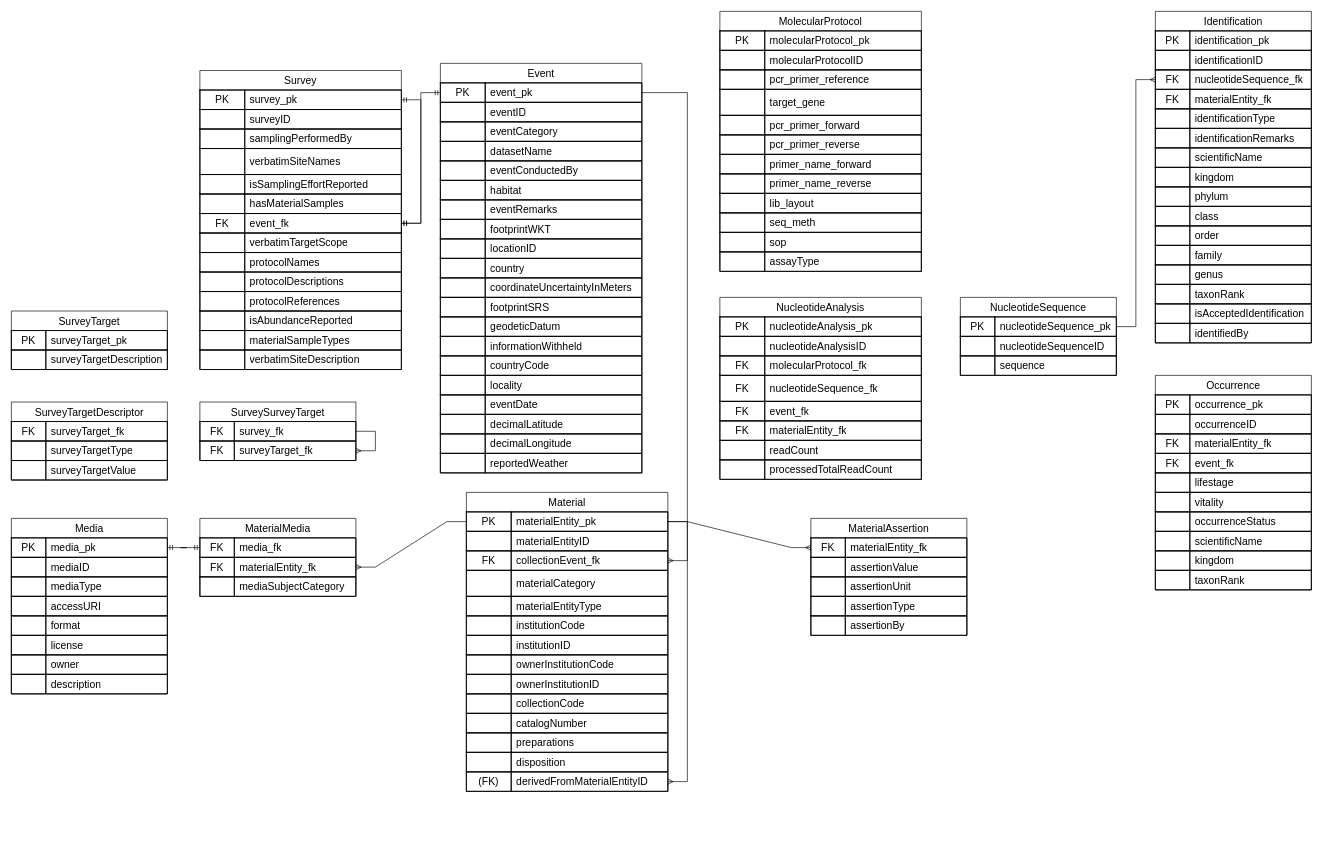
Above: v1_dwcdp_insektmobilen.drawio in CecSve/insektmobilen-dwcdp (draw.io), before the change. Source tidied: cells renumbered, new cells numbered last; positions are measured from the earlier drawing's top-left corner, leaving out a move shared by most shapes. Both pictures are drawn from the tidied source at 65%, with x=0, y=0 at pixel (11, 11).
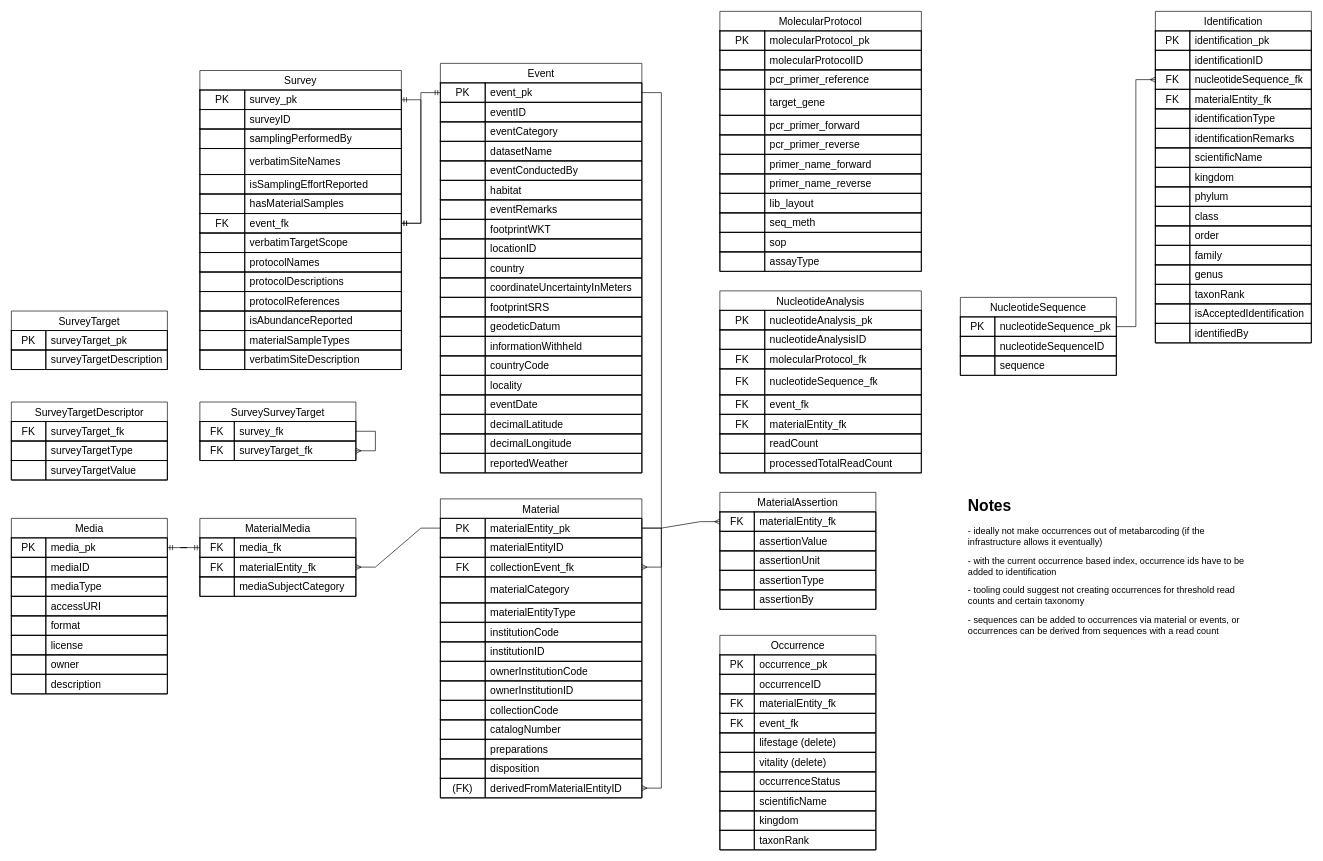
Above is the later version.

Unchanged cells that the change refers to:
```xml
<mxCell id="292" style="shape=tableRow;horizontal=0;startSize=0;swimlaneHead=0;swimlaneBody=0;fillColor=none;strokeColor=inherit;fontSize=16;" parent="279" vertex="1">
  <mxGeometry y="150" width="240" height="30" as="geometry" />
</mxCell>
<mxCell id="295" style="shape=tableRow;horizontal=0;startSize=0;swimlaneHead=0;swimlaneBody=0;fillColor=none;strokeColor=inherit;fontSize=16;" parent="279" vertex="1">
  <mxGeometry y="180" width="240" height="30" as="geometry" />
</mxCell>
```

Diff of the diagram source:
```diff
@@
     <mxCell id="112" value="MaterialAssertion" style="shape=table;tableRender=collapsed;startSize=30;childLayout=tableLayout;rowLines=0;fontStyle=0;strokeColor=default;fontSize=16;" parent="1" vertex="1">
-      <mxGeometry x="1230" y="780" width="240" height="180" as="geometry" />
+      <mxGeometry x="1090" y="740" width="240" height="180" as="geometry" />
     </mxCell>
@@
     <mxCell id="138" value="Material" style="shape=table;tableRender=collapsed;startSize=30;childLayout=tableLayout;rowLines=0;fontStyle=0;strokeColor=default;fontSize=16;" parent="1" vertex="1">
-      <mxGeometry x="700" y="740" width="310" height="460" as="geometry" />
+      <mxGeometry x="660" y="750" width="310" height="460" as="geometry" />
     </mxCell>
@@
     <mxCell id="244" value="NucleotideAnalysis" style="shape=table;tableRender=collapsed;startSize=30;childLayout=tableLayout;rowLines=0;fontStyle=0;strokeColor=default;fontSize=16;" parent="1" vertex="1">
-      <mxGeometry x="1090" y="440" width="310" height="280" as="geometry" />
+      <mxGeometry x="1090" y="430" width="310" height="280" as="geometry" />
     </mxCell>
@@
     <mxCell id="279" value="Occurrence" style="shape=table;tableRender=collapsed;startSize=30;childLayout=tableLayout;rowLines=0;fontStyle=0;strokeColor=default;fontSize=16;" parent="1" vertex="1">
-      <mxGeometry x="1760" y="560" width="240" height="330" as="geometry" />
+      <mxGeometry x="1090" y="960" width="240" height="330" as="geometry" />
     </mxCell>
@@
-    <mxCell id="294" value="lifestage" style="shape=partialRectangle;html=1;whiteSpace=wrap;fillColor=none;align=left;spacingLeft=6;overflow=hidden;strokeColor=inherit;fontSize=16;" parent="292" vertex="1">
+    <mxCell id="294" value="lifestage (delete)" style="shape=partialRectangle;html=1;whiteSpace=wrap;fillColor=none;align=left;spacingLeft=6;overflow=hidden;strokeColor=inherit;fontSize=16;" parent="292" vertex="1">
       <mxGeometry x="53" width="187" height="30" as="geometry" />
     </mxCell>
@@
-    <mxCell id="297" value="vitality" style="shape=partialRectangle;html=1;whiteSpace=wrap;fillColor=none;align=left;spacingLeft=6;overflow=hidden;strokeColor=inherit;fontSize=16;" parent="295" vertex="1">
+    <mxCell id="297" value="vitality (delete)" style="shape=partialRectangle;html=1;whiteSpace=wrap;fillColor=none;align=left;spacingLeft=6;overflow=hidden;strokeColor=inherit;fontSize=16;" parent="295" vertex="1">
       <mxGeometry x="53" width="187" height="30" as="geometry" />
     </mxCell>
@@
+    <mxCell id="385" value="&lt;h1 style=&quot;margin-top: 0px;&quot;&gt;Notes&lt;/h1&gt;&lt;p&gt;&lt;font style=&quot;font-size: 14px;&quot;&gt;- ideally not make occurrences out of metabarcoding (if the infrastructure allows it eventually)&lt;/font&gt;&lt;/p&gt;&lt;p&gt;&lt;font style=&quot;font-size: 14px;&quot;&gt;- with the current occurrence based index, occurrence ids have to be added to identification&lt;/font&gt;&lt;/p&gt;&lt;p&gt;&lt;font style=&quot;font-size: 14px;&quot;&gt;- tooling could suggest not creating occurrences for threshold read counts and certain taxonomy&lt;/font&gt;&lt;/p&gt;&lt;p&gt;&lt;font style=&quot;font-size: 14px;&quot;&gt;- sequences can be added to occurrences via material or events, or occurrences can be derived from sequences with a read count&lt;/font&gt;&lt;/p&gt;" style="text;html=1;whiteSpace=wrap;overflow=hidden;rounded=0;" parent="1" vertex="1">
+      <mxGeometry x="1470" y="740" width="440" height="290" as="geometry" />
+    </mxCell>
```
